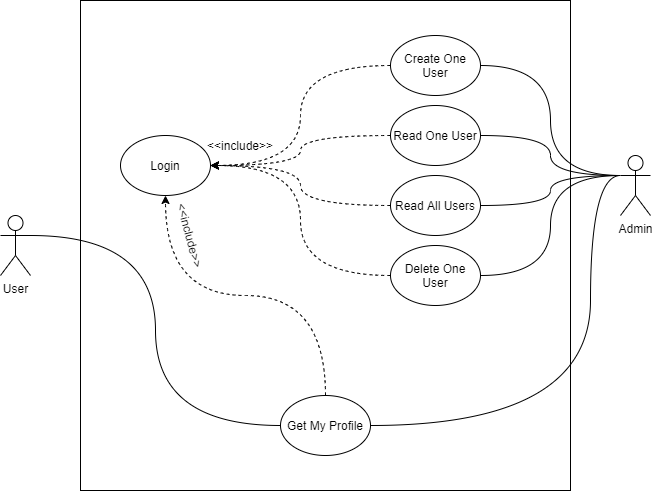
Earlier version of the draw.io export architecture/UseCase.png (lauslim12/node-docker-kubernetes). Source tidied: cells renumbered, new cells last; positions are measured from the earlier drawing's top-left corner, leaving out a move shared by most shapes.
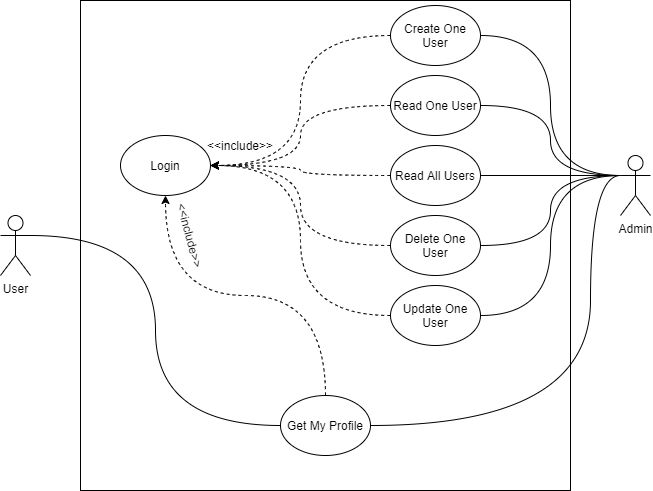
Later version of the same file.

Commit message:
chore: Fix use-case and add procfile

What changed in the source:
```diff
@@ -31,6 +31,9 @@
         </Array>
       </mxGeometry>
     </mxCell>
+    <mxCell id="24" style="edgeStyle=orthogonalEdgeStyle;curved=1;jettySize=auto;html=1;exitX=0;exitY=0.3333333333333333;exitDx=0;exitDy=0;exitPerimeter=0;entryX=1;entryY=0.5;entryDx=0;entryDy=0;endArrow=none;endFill=0;" parent="1" edge="1" source="10" target="27">
+      <mxGeometry relative="1" as="geometry" />
+    </mxCell>
     <mxCell id="10" value="Admin" style="shape=umlActor;verticalLabelPosition=bottom;verticalAlign=top;html=1;outlineConnect=0;" parent="1" vertex="1">
       <mxGeometry x="620" y="155" width="30" height="60" as="geometry" />
     </mxCell>
@@ -38,25 +41,25 @@
       <mxGeometry relative="1" as="geometry" />
     </mxCell>
     <mxCell id="12" value="Create One User" style="ellipse;whiteSpace=wrap;html=1;" parent="1" vertex="1">
-      <mxGeometry x="390" y="35" width="90" height="60" as="geometry" />
+      <mxGeometry x="390" y="5" width="90" height="60" as="geometry" />
     </mxCell>
     <mxCell id="13" style="edgeStyle=orthogonalEdgeStyle;curved=1;jettySize=auto;html=1;exitX=0;exitY=0.5;exitDx=0;exitDy=0;entryX=1;entryY=0.5;entryDx=0;entryDy=0;dashed=1;endArrow=classic;endFill=1;" parent="1" edge="1" source="14" target="21">
       <mxGeometry relative="1" as="geometry" />
     </mxCell>
     <mxCell id="14" value="Read One User" style="ellipse;whiteSpace=wrap;html=1;" parent="1" vertex="1">
-      <mxGeometry x="390" y="105" width="90" height="60" as="geometry" />
+      <mxGeometry x="390" y="75" width="90" height="60" as="geometry" />
     </mxCell>
     <mxCell id="15" style="edgeStyle=orthogonalEdgeStyle;curved=1;jettySize=auto;html=1;exitX=0;exitY=0.5;exitDx=0;exitDy=0;entryX=1;entryY=0.5;entryDx=0;entryDy=0;dashed=1;endArrow=classic;endFill=1;" parent="1" edge="1" source="16" target="21">
       <mxGeometry relative="1" as="geometry" />
     </mxCell>
     <mxCell id="16" value="Read All Users" style="ellipse;whiteSpace=wrap;html=1;" parent="1" vertex="1">
-      <mxGeometry x="390" y="175" width="90" height="60" as="geometry" />
+      <mxGeometry x="390" y="145" width="90" height="60" as="geometry" />
     </mxCell>
     <mxCell id="17" style="edgeStyle=orthogonalEdgeStyle;curved=1;jettySize=auto;html=1;exitX=0;exitY=0.5;exitDx=0;exitDy=0;entryX=1;entryY=0.5;entryDx=0;entryDy=0;dashed=1;endArrow=classic;endFill=1;" parent="1" edge="1" source="18" target="21">
       <mxGeometry relative="1" as="geometry" />
     </mxCell>
     <mxCell id="18" value="Delete One User" style="ellipse;whiteSpace=wrap;html=1;" parent="1" vertex="1">
-      <mxGeometry x="390" y="245" width="90" height="60" as="geometry" />
+      <mxGeometry x="390" y="215" width="90" height="60" as="geometry" />
     </mxCell>
     <mxCell id="19" style="edgeStyle=orthogonalEdgeStyle;curved=1;jettySize=auto;html=1;exitX=0.5;exitY=0;exitDx=0;exitDy=0;entryX=0.5;entryY=1;entryDx=0;entryDy=0;endArrow=classic;endFill=1;dashed=1;" parent="1" edge="1" source="20" target="21">
       <mxGeometry relative="1" as="geometry" />
@@ -73,5 +76,14 @@
     <mxCell id="23" value="&amp;lt;&amp;lt;include&amp;gt;&amp;gt;" style="text;html=1;strokeColor=none;fillColor=none;align=center;verticalAlign=middle;whiteSpace=wrap;rounded=0;rotation=0;" parent="1" vertex="1">
       <mxGeometry x="220" y="135" width="40" height="20" as="geometry" />
     </mxCell>
+    <mxCell id="25" style="edgeStyle=orthogonalEdgeStyle;jettySize=auto;html=1;exitX=0;exitY=0.5;exitDx=0;exitDy=0;entryX=1;entryY=0.5;entryDx=0;entryDy=0;strokeColor=none;curved=1;" parent="1" edge="1" source="27" target="21">
+      <mxGeometry relative="1" as="geometry" />
+    </mxCell>
+    <mxCell id="26" style="edgeStyle=orthogonalEdgeStyle;curved=1;jettySize=auto;html=1;exitX=0;exitY=0.5;exitDx=0;exitDy=0;entryX=1;entryY=0.5;entryDx=0;entryDy=0;dashed=1;" parent="1" edge="1" source="27" target="21">
+      <mxGeometry relative="1" as="geometry" />
+    </mxCell>
+    <mxCell id="27" value="Update One User" style="ellipse;whiteSpace=wrap;html=1;" parent="1" vertex="1">
+      <mxGeometry x="390" y="285" width="90" height="60" as="geometry" />
+    </mxCell>
   </root>
 </mxGraphModel>
```
